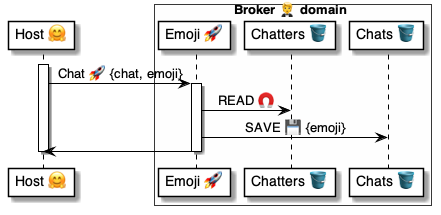
Above: 4 ⚙️ Solution/20 🧑‍🦰 UI/Brokers 🤵/🤵🅰️ Broker methods/Chats 💬 Emoji 🤗🚀🤵/🤵 Emoji ⚙️ uml.png in pollyweb-org/pollyweb-docs (PlantUML), before the change. Its source is kept beside it as 4 ⚙️ Solution/20 🧑‍🦰 UI/Brokers 🤵/🤵🅰️ Broker methods/Chats 💬 Emoji 🤗🚀🤵/🤵 Emoji ⚙️ uml.puml.
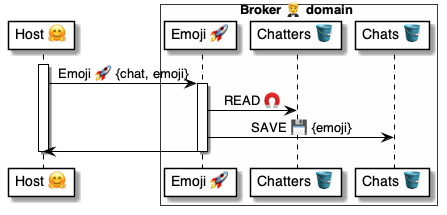
After the commit.

The edit, as a diff of the source:
```diff
@@ -10,7 +10,7 @@
 end box
 
 activate host
-host -> broker: Chat 🚀 {chat, emoji}
+host -> broker: Emoji 🚀 {chat, emoji}
 
     activate broker
         broker -> chatters: READ 🧲
```
